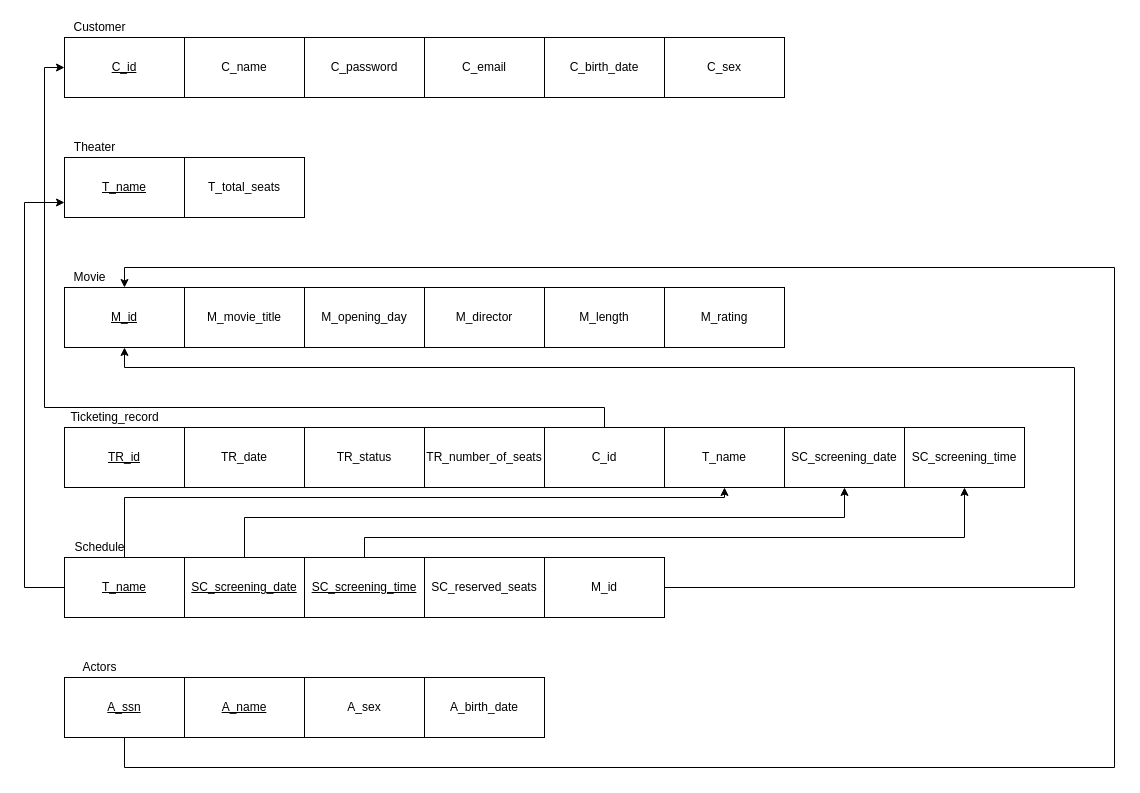
Above: page "Page-4" (4 of 4) of Untitled Diagram.drawio in parkgwangwook/test (draw.io), before the change. Source tidied: cells renumbered, new cells numbered last; positions are measured from the earlier drawing's top-left corner, leaving out a move shared by most shapes. Both pictures are drawn from the tidied source at 100%, with x=0, y=0 at pixel (24, 17).
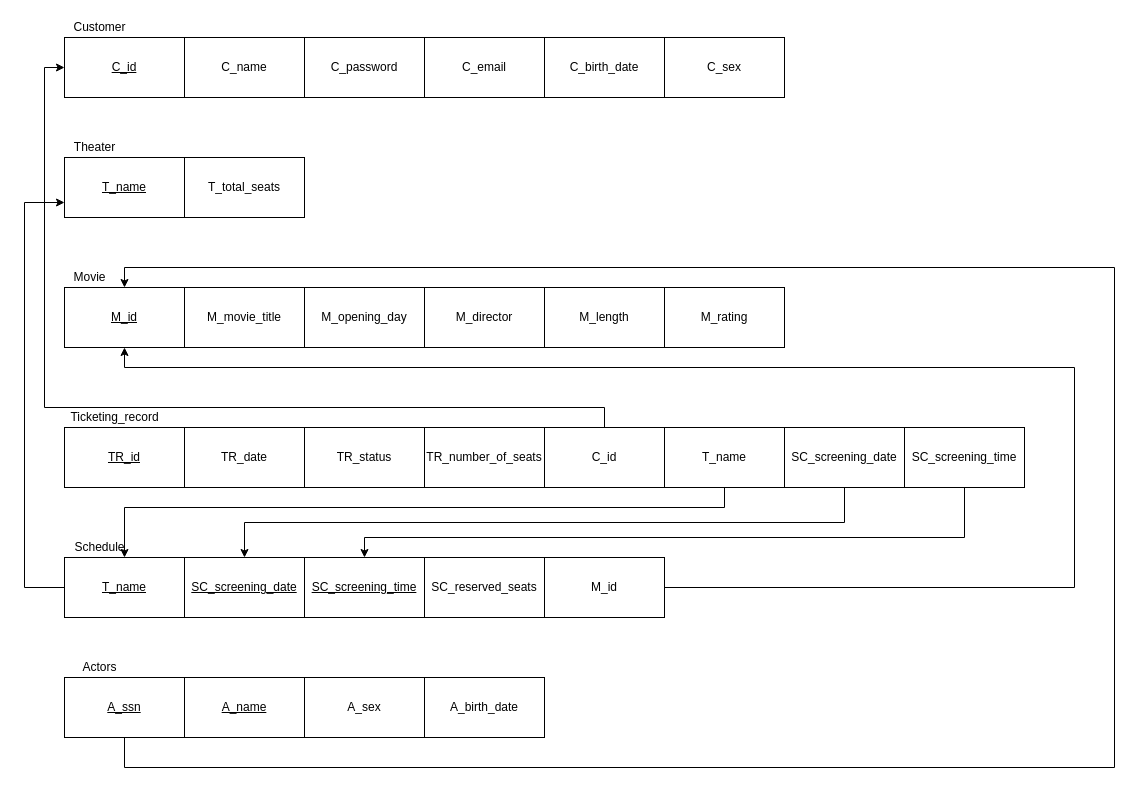
The same page after the edit.

Unchanged cells that the change refers to:
```xml
<mxCell id="25" value="&lt;u&gt;SC_screening_date&lt;/u&gt;" style="rounded=0;whiteSpace=wrap;html=1;" parent="1" vertex="1">
  <mxGeometry x="160" y="540" width="120" height="60" as="geometry" />
</mxCell>
<mxCell id="27" value="&lt;u&gt;SC_screening_time&lt;/u&gt;" style="rounded=0;whiteSpace=wrap;html=1;" parent="1" vertex="1">
  <mxGeometry x="280" y="540" width="120" height="60" as="geometry" />
</mxCell>
<mxCell id="30" value="&lt;u&gt;T_name&lt;/u&gt;" style="rounded=0;whiteSpace=wrap;html=1;" parent="1" vertex="1">
  <mxGeometry x="40" y="540" width="120" height="60" as="geometry" />
</mxCell>
<mxCell id="43" value="T_name" style="rounded=0;whiteSpace=wrap;html=1;" parent="1" vertex="1">
  <mxGeometry x="640" y="410" width="120" height="60" as="geometry" />
</mxCell>
<mxCell id="44" value="SC_screening_date" style="rounded=0;whiteSpace=wrap;html=1;" parent="1" vertex="1">
  <mxGeometry x="760" y="410" width="120" height="60" as="geometry" />
</mxCell>
<mxCell id="45" value="SC_screening_time" style="rounded=0;whiteSpace=wrap;html=1;" parent="1" vertex="1">
  <mxGeometry x="880" y="410" width="120" height="60" as="geometry" />
</mxCell>
```

Change to the diagram source:
```diff
@@
-    <mxCell id="24" style="edgeStyle=orthogonalEdgeStyle;rounded=0;jettySize=auto;html=1;exitX=0.5;exitY=0;exitDx=0;exitDy=0;entryX=0.5;entryY=1;entryDx=0;entryDy=0;" parent="1" edge="1" source="25" target="44">
-      <mxGeometry relative="1" as="geometry">
-        <Array as="points">
-          <mxPoint x="220" y="500" />
-          <mxPoint x="820" y="500" />
-        </Array>
-      </mxGeometry>
-    </mxCell>
@@
-    <mxCell id="26" style="edgeStyle=orthogonalEdgeStyle;rounded=0;jettySize=auto;html=1;exitX=0.5;exitY=0;exitDx=0;exitDy=0;entryX=0.5;entryY=1;entryDx=0;entryDy=0;" parent="1" edge="1" source="27" target="45">
-      <mxGeometry relative="1" as="geometry">
-        <Array as="points">
-          <mxPoint x="340" y="520" />
-          <mxPoint x="940" y="520" />
-        </Array>
-      </mxGeometry>
-    </mxCell>
@@
-    <mxCell id="29" style="edgeStyle=orthogonalEdgeStyle;rounded=0;jettySize=auto;html=1;exitX=0.5;exitY=0;exitDx=0;exitDy=0;entryX=0.5;entryY=1;entryDx=0;entryDy=0;" parent="1" edge="1" source="30" target="43">
-      <mxGeometry relative="1" as="geometry">
-        <Array as="points">
-          <mxPoint x="100" y="480" />
-          <mxPoint x="700" y="480" />
-        </Array>
-      </mxGeometry>
-    </mxCell>
@@
+    <mxCell id="46" style="edgeStyle=orthogonalEdgeStyle;rounded=0;jettySize=auto;html=1;exitX=0.5;exitY=1;exitDx=0;exitDy=0;" parent="1" edge="1" source="43" target="30">
+      <mxGeometry relative="1" as="geometry">
+        <Array as="points">
+          <mxPoint x="700" y="490" />
+          <mxPoint x="100" y="490" />
+        </Array>
+      </mxGeometry>
+    </mxCell>
@@
+    <mxCell id="47" style="edgeStyle=orthogonalEdgeStyle;rounded=0;jettySize=auto;html=1;exitX=0.5;exitY=1;exitDx=0;exitDy=0;entryX=0.5;entryY=0;entryDx=0;entryDy=0;" parent="1" edge="1" source="44" target="25">
+      <mxGeometry relative="1" as="geometry" />
+    </mxCell>
@@
+    <mxCell id="48" style="edgeStyle=orthogonalEdgeStyle;rounded=0;jettySize=auto;html=1;exitX=0.5;exitY=1;exitDx=0;exitDy=0;entryX=0.5;entryY=0;entryDx=0;entryDy=0;" parent="1" edge="1" source="45" target="27">
+      <mxGeometry relative="1" as="geometry">
+        <Array as="points">
+          <mxPoint x="940" y="520" />
+          <mxPoint x="340" y="520" />
+        </Array>
+      </mxGeometry>
+    </mxCell>
```
